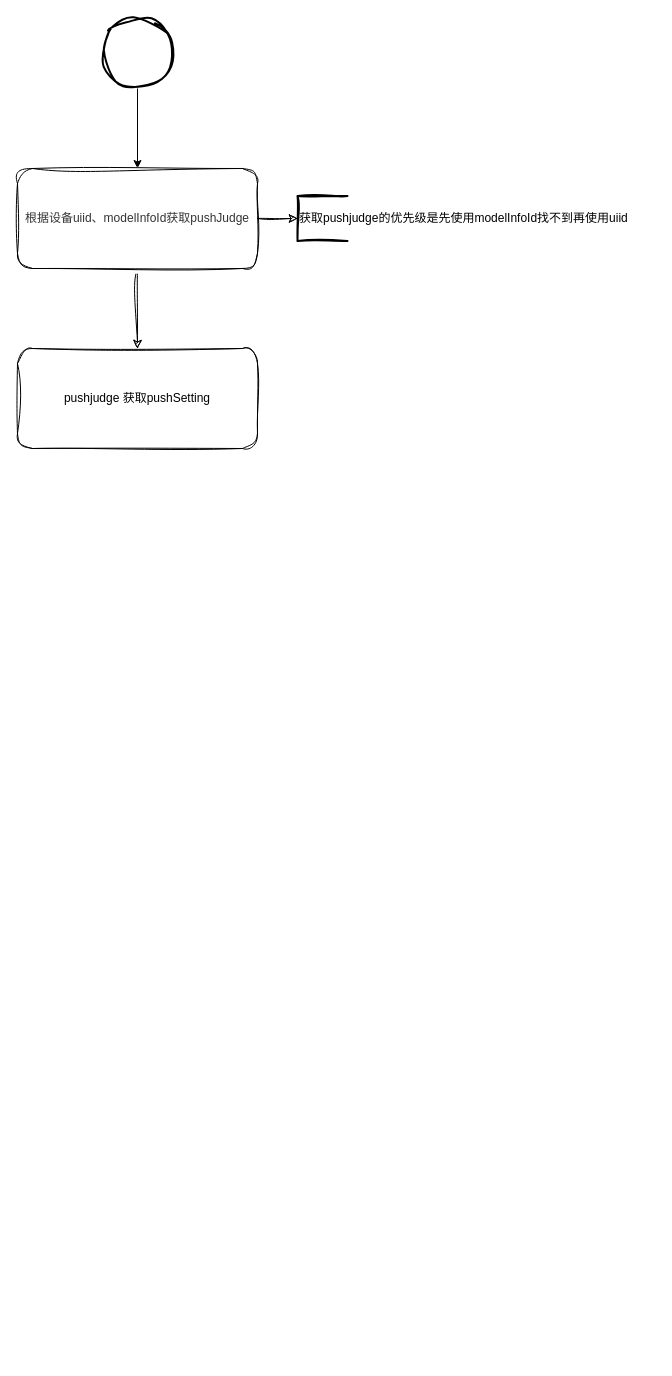
Above: coolkit/未命名绘图.drawio in Lyotoc/Lyotoc.github.io (draw.io), before the change. Source tidied: cells renumbered, new cells numbered last; positions are measured from the earlier drawing's top-left corner, leaving out a move shared by most shapes. Both pictures are drawn from the tidied source at 100%, with x=0, y=0 at pixel (17, 18).
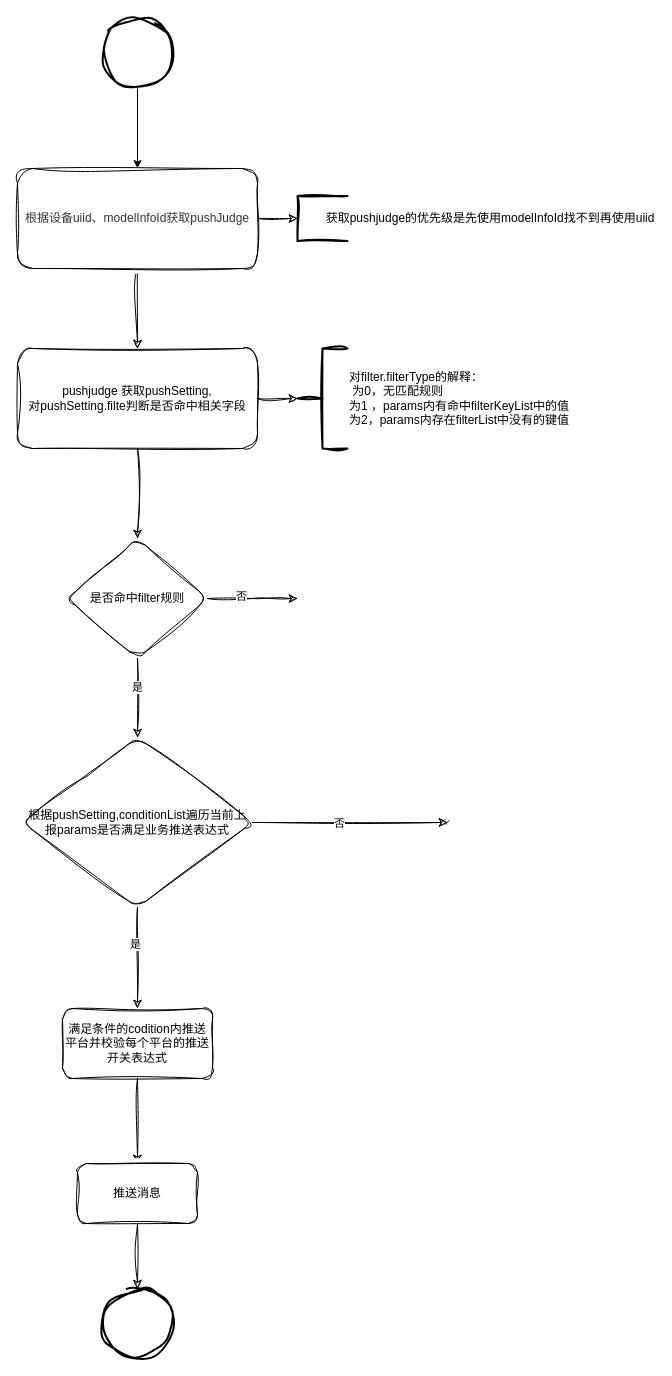
The same page after the edit.

Commit message:
【协议处理】自定义推送.drawio

Diff of the diagram source:
```diff
@@
-    <mxCell id="7" value="获取pushjudge的优先级是先使用modelInfoId找不到再使用uiid" style="strokeWidth=2;html=1;shape=mxgraph.flowchart.annotation_1;align=left;sketch=1;hachureGap=4;jiggle=2;curveFitting=1;" parent="1" vertex="1">
+    <mxCell id="7" value="&amp;nbsp;&lt;span style=&quot;white-space: pre;&quot;&gt;&#9;&lt;/span&gt;获取pushjudge的优先级是先使用modelInfoId找不到再使用uiid" style="strokeWidth=2;html=1;shape=mxgraph.flowchart.annotation_1;align=left;sketch=1;hachureGap=4;jiggle=2;curveFitting=1;" parent="1" vertex="1">
       <mxGeometry x="280" y="177.5" width="50" height="45" as="geometry" />
     </mxCell>
+    <mxCell id="9" style="edgeStyle=orthogonalEdgeStyle;rounded=0;sketch=1;hachureGap=4;jiggle=2;curveFitting=1;jettySize=auto;html=1;" parent="1" edge="1" source="8" target="16">
+      <mxGeometry relative="1" as="geometry" />
+    </mxCell>
-    <mxCell id="8" value="pushjudge 获取pushSetting" style="rounded=1;whiteSpace=wrap;html=1;sketch=1;curveFitting=1;jiggle=2;" parent="1" vertex="1">
+    <mxCell id="8" value="pushjudge 获取pushSetting,&lt;div&gt;对pushSetting.filte判断是否命中相关字段&lt;/div&gt;" style="rounded=1;whiteSpace=wrap;html=1;sketch=1;curveFitting=1;jiggle=2;" parent="1" vertex="1">
       <mxGeometry y="330" width="240" height="100" as="geometry" />
     </mxCell>
+    <mxCell id="10" value="对filter.filterType的解释：&lt;div&gt;&amp;nbsp;为0，无匹配规则&lt;/div&gt;&lt;div&gt;为1 ，params内有命中filterKeyList中的值&lt;/div&gt;&lt;div&gt;为2，params内存在filterList中没有的键值&lt;/div&gt;" style="strokeWidth=2;html=1;shape=mxgraph.flowchart.annotation_2;align=left;labelPosition=right;sketch=1;hachureGap=4;jiggle=2;curveFitting=1;" parent="1" vertex="1">
+      <mxGeometry x="280" y="330" width="50" height="100" as="geometry" />
+    </mxCell>
+    <mxCell id="11" style="edgeStyle=orthogonalEdgeStyle;rounded=0;sketch=1;hachureGap=4;jiggle=2;curveFitting=1;jettySize=auto;html=1;entryX=0;entryY=0.5;entryDx=0;entryDy=0;entryPerimeter=0;" parent="1" edge="1" source="8" target="10">
+      <mxGeometry relative="1" as="geometry" />
+    </mxCell>
+    <mxCell id="12" style="edgeStyle=orthogonalEdgeStyle;rounded=0;sketch=1;hachureGap=4;jiggle=2;curveFitting=1;jettySize=auto;html=1;" parent="1" edge="1" source="16">
+      <mxGeometry relative="1" as="geometry">
+        <mxPoint x="280" y="580" as="targetPoint" />
+      </mxGeometry>
+    </mxCell>
+    <mxCell id="13" value="否" style="edgeLabel;html=1;align=center;verticalAlign=middle;sketch=1;hachureGap=4;jiggle=2;curveFitting=1;" parent="12" vertex="1">
+      <mxGeometry x="-0.27" y="3" relative="1" as="geometry" />
+    </mxCell>
+    <mxCell id="14" style="edgeStyle=orthogonalEdgeStyle;rounded=0;sketch=1;hachureGap=4;jiggle=2;curveFitting=1;jettySize=auto;html=1;entryX=0.5;entryY=0;entryDx=0;entryDy=0;" parent="1" edge="1" source="16" target="21">
+      <mxGeometry relative="1" as="geometry" />
+    </mxCell>
+    <mxCell id="15" value="是" style="edgeLabel;html=1;align=center;verticalAlign=middle;sketch=1;hachureGap=4;jiggle=2;curveFitting=1;" parent="14" vertex="1">
+      <mxGeometry x="-0.3" y="-1" relative="1" as="geometry" />
+    </mxCell>
+    <mxCell id="16" value="是否命中filter规则" style="rhombus;whiteSpace=wrap;html=1;rounded=1;sketch=1;curveFitting=1;jiggle=2;" parent="1" vertex="1">
+      <mxGeometry x="50" y="520" width="140" height="120" as="geometry" />
+    </mxCell>
+    <mxCell id="17" style="edgeStyle=orthogonalEdgeStyle;rounded=0;sketch=1;hachureGap=4;jiggle=2;curveFitting=1;jettySize=auto;html=1;" parent="1" edge="1" source="21" target="22">
+      <mxGeometry relative="1" as="geometry" />
+    </mxCell>
+    <mxCell id="18" value="否" style="edgeLabel;html=1;align=center;verticalAlign=middle;sketch=1;hachureGap=4;jiggle=2;curveFitting=1;" parent="17" vertex="1">
+      <mxGeometry x="-0.11" relative="1" as="geometry">
+        <mxPoint x="-1" as="offset" />
+      </mxGeometry>
+    </mxCell>
+    <mxCell id="19" style="edgeStyle=orthogonalEdgeStyle;rounded=0;sketch=1;hachureGap=4;jiggle=2;curveFitting=1;jettySize=auto;html=1;" parent="1" edge="1" source="21" target="24">
+      <mxGeometry relative="1" as="geometry" />
+    </mxCell>
+    <mxCell id="20" value="是" style="edgeLabel;html=1;align=center;verticalAlign=middle;sketch=1;hachureGap=4;jiggle=2;curveFitting=1;" parent="19" vertex="1">
+      <mxGeometry x="-0.27" y="-3" relative="1" as="geometry">
+        <mxPoint y="-1" as="offset" />
+      </mxGeometry>
+    </mxCell>
+    <mxCell id="21" value="根据pushSetting,conditionList遍历当前上报params是否满足业务推送表达式" style="rhombus;whiteSpace=wrap;html=1;rounded=1;sketch=1;curveFitting=1;jiggle=2;" parent="1" vertex="1">
+      <mxGeometry x="5" y="719" width="230" height="170" as="geometry" />
+    </mxCell>
+    <mxCell id="22" style="shape=waypoint;sketch=1;size=6;points=[];fillColor=default;perimeter=centerPerimeter;snapToPoint=1;rounded=1;curveFitting=1;jiggle=2;" parent="1" vertex="1">
+      <mxGeometry x="420" y="794" width="20" height="20" as="geometry" />
+    </mxCell>
+    <mxCell id="23" style="edgeStyle=orthogonalEdgeStyle;rounded=0;sketch=1;hachureGap=4;jiggle=2;curveFitting=1;jettySize=auto;html=1;" parent="1" edge="1" source="24" target="26">
+      <mxGeometry relative="1" as="geometry" />
+    </mxCell>
+    <mxCell id="24" value="满足条件的codition内推送平台并校验每个平台的推送开关表达式" style="whiteSpace=wrap;html=1;rounded=1;sketch=1;curveFitting=1;jiggle=2;" parent="1" vertex="1">
+      <mxGeometry x="45" y="990" width="150" height="70" as="geometry" />
+    </mxCell>
+    <mxCell id="25" style="edgeStyle=orthogonalEdgeStyle;rounded=0;sketch=1;hachureGap=4;jiggle=2;curveFitting=1;jettySize=auto;html=1;entryX=0.5;entryY=0;entryDx=0;entryDy=0;entryPerimeter=0;" parent="1" edge="1" source="26" target="27">
+      <mxGeometry relative="1" as="geometry" />
+    </mxCell>
+    <mxCell id="26" value="推送消息" style="whiteSpace=wrap;html=1;rounded=1;sketch=1;curveFitting=1;jiggle=2;" parent="1" vertex="1">
+      <mxGeometry x="60" y="1145" width="120" height="60" as="geometry" />
+    </mxCell>
+    <mxCell id="27" style="strokeWidth=2;html=1;shape=mxgraph.flowchart.start_2;whiteSpace=wrap;sketch=1;curveFitting=1;jiggle=2;" parent="1" vertex="1">
+      <mxGeometry x="85" y="1270" width="70" height="70" as="geometry" />
+    </mxCell>
```
